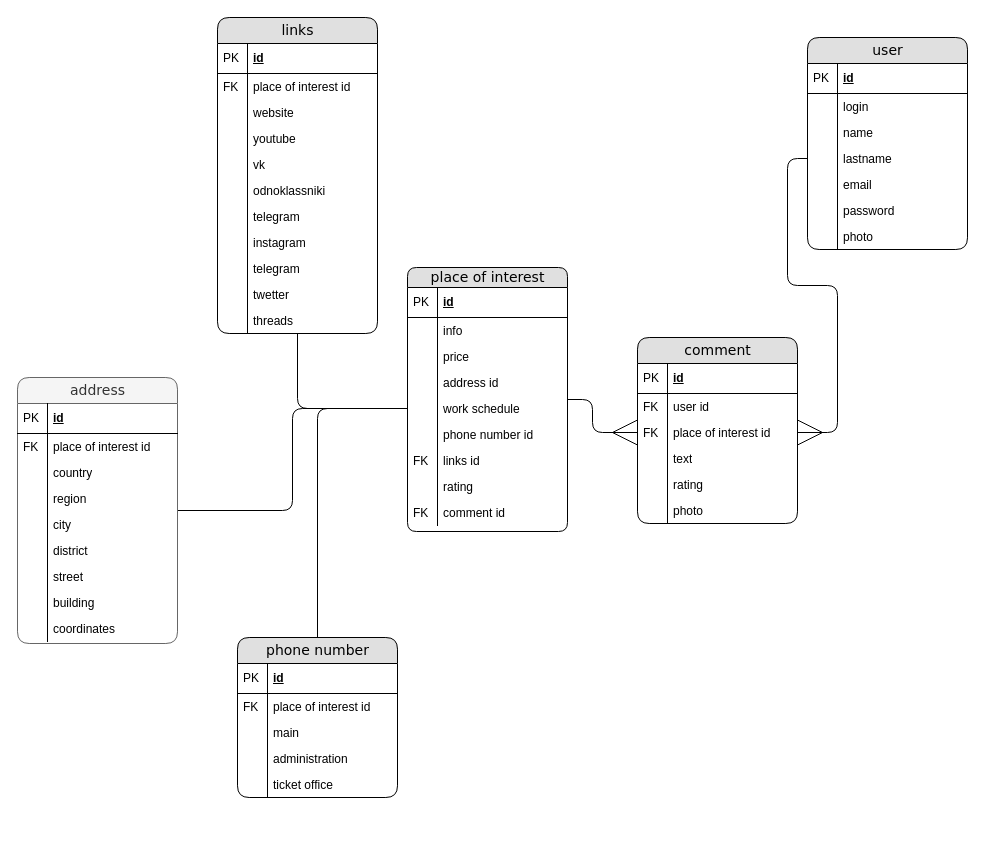
This is diagram/ERD.drawio from RinaBoni/travel_helper, a draw.io file, before an edit. Source tidied: cells renumbered, new cells numbered last; positions are measured from the earlier drawing's top-left corner, leaving out a move shared by most shapes. Both pictures are drawn from the tidied source at 100%, with x=0, y=0 at pixel (17, 17).
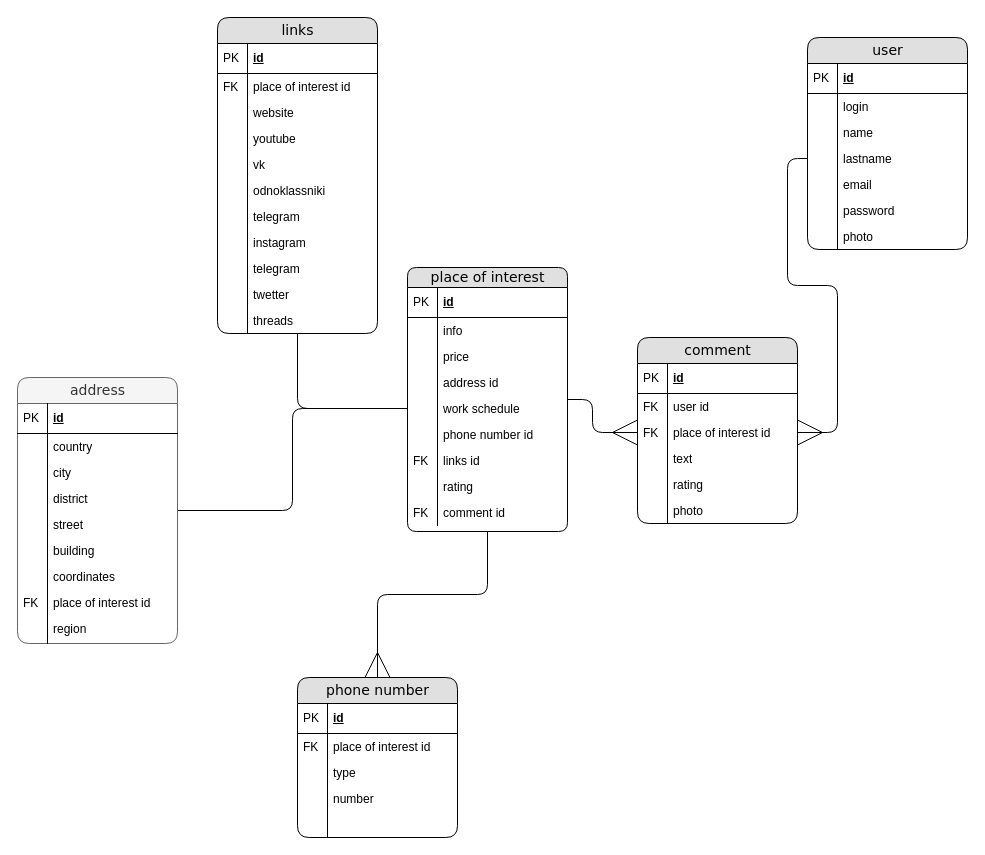
The same page after the edit.

The change refers to these unchanged cells:
```xml
<mxCell id="3" value="place of interest" style="swimlane;html=1;fontStyle=0;horizontal=1;startSize=20;fillColor=#e0e0e0;swimlaneFillColor=#ffffff;align=center;rounded=1;shadow=0;comic=0;labelBackgroundColor=none;strokeWidth=1;fontFamily=Verdana;fontSize=14;glass=0;swimlaneLine=1;" parent="1" vertex="1">
  <mxGeometry x="390" y="250" width="160" height="264" as="geometry" />
</mxCell>
<mxCell id="12" value="work schedule" style="shape=partialRectangle;top=0;left=0;right=0;bottom=0;html=1;align=left;verticalAlign=top;fillColor=none;spacingLeft=34;spacingRight=4;whiteSpace=wrap;overflow=hidden;points=[[0,0.5],[1,0.5]];portConstraint=eastwest;" parent="3" vertex="1">
  <mxGeometry y="128" width="160" height="26" as="geometry" />
</mxCell>
<mxCell id="76" value="address" style="swimlane;html=1;fontStyle=0;horizontal=1;startSize=26;swimlaneFillColor=#ffffff;align=center;rounded=1;shadow=0;comic=0;labelBackgroundColor=none;strokeWidth=1;fontFamily=Verdana;fontSize=14;fillColor=#f5f5f5;strokeColor=#666666;fontColor=#333333;" parent="1" vertex="1">
  <mxGeometry y="360" width="160" height="266" as="geometry" />
</mxCell>
```

The edit, as a diff of the source:
```diff
@@
-    <mxCell id="79" value="place of interest id" style="shape=partialRectangle;top=0;left=0;right=0;bottom=0;html=1;align=left;verticalAlign=top;fillColor=none;spacingLeft=34;spacingRight=4;whiteSpace=wrap;overflow=hidden;" parent="76" vertex="1">
-      <mxGeometry y="56" width="160" height="26" as="geometry" />
-    </mxCell>
-    <mxCell id="80" value="FK" style="shape=partialRectangle;top=0;left=0;bottom=0;html=1;fillColor=none;align=left;verticalAlign=top;spacingLeft=4;spacingRight=4;whiteSpace=wrap;overflow=hidden;" parent="79" vertex="1">
-      <mxGeometry width="30" height="26" as="geometry" />
-    </mxCell>
     <mxCell id="81" value="country" style="shape=partialRectangle;top=0;left=0;right=0;bottom=0;html=1;align=left;verticalAlign=top;fillColor=none;spacingLeft=34;spacingRight=4;whiteSpace=wrap;overflow=hidden;" parent="76" vertex="1">
-      <mxGeometry y="82" width="160" height="26" as="geometry" />
+      <mxGeometry y="56" width="160" height="26" as="geometry" />
     </mxCell>
@@
-    <mxCell id="83" value="region" style="shape=partialRectangle;top=0;left=0;right=0;bottom=0;html=1;align=left;verticalAlign=top;fillColor=none;spacingLeft=34;spacingRight=4;whiteSpace=wrap;overflow=hidden;" parent="76" vertex="1">
-      <mxGeometry y="108" width="160" height="26" as="geometry" />
-    </mxCell>
-    <mxCell id="84" style="shape=partialRectangle;top=0;left=0;bottom=0;html=1;fillColor=none;align=left;verticalAlign=top;spacingLeft=4;spacingRight=4;whiteSpace=wrap;overflow=hidden;" parent="83" vertex="1">
-      <mxGeometry width="30" height="26" as="geometry" />
-    </mxCell>
     <mxCell id="85" value="city" style="shape=partialRectangle;top=0;left=0;right=0;bottom=0;html=1;align=left;verticalAlign=top;fillColor=none;spacingLeft=34;spacingRight=4;whiteSpace=wrap;overflow=hidden;" parent="76" vertex="1">
-      <mxGeometry y="134" width="160" height="26" as="geometry" />
+      <mxGeometry y="82" width="160" height="26" as="geometry" />
     </mxCell>
@@
     <mxCell id="87" value="district" style="shape=partialRectangle;top=0;left=0;right=0;bottom=0;html=1;align=left;verticalAlign=top;fillColor=none;spacingLeft=34;spacingRight=4;whiteSpace=wrap;overflow=hidden;" parent="76" vertex="1">
-      <mxGeometry y="160" width="160" height="26" as="geometry" />
+      <mxGeometry y="108" width="160" height="26" as="geometry" />
     </mxCell>
@@
     <mxCell id="89" value="street&amp;nbsp;" style="shape=partialRectangle;top=0;left=0;right=0;bottom=0;html=1;align=left;verticalAlign=top;fillColor=none;spacingLeft=34;spacingRight=4;whiteSpace=wrap;overflow=hidden;" parent="76" vertex="1">
-      <mxGeometry y="186" width="160" height="26" as="geometry" />
+      <mxGeometry y="134" width="160" height="26" as="geometry" />
     </mxCell>
@@
     <mxCell id="91" value="building" style="shape=partialRectangle;top=0;left=0;right=0;bottom=0;html=1;align=left;verticalAlign=top;fillColor=none;spacingLeft=34;spacingRight=4;whiteSpace=wrap;overflow=hidden;" parent="76" vertex="1">
-      <mxGeometry y="212" width="160" height="26" as="geometry" />
+      <mxGeometry y="160" width="160" height="26" as="geometry" />
     </mxCell>
@@
     <mxCell id="93" value="coordinates" style="shape=partialRectangle;top=0;left=0;right=0;bottom=0;html=1;align=left;verticalAlign=top;fillColor=none;spacingLeft=34;spacingRight=4;whiteSpace=wrap;overflow=hidden;" parent="76" vertex="1">
-      <mxGeometry y="238" width="160" height="26" as="geometry" />
+      <mxGeometry y="186" width="160" height="26" as="geometry" />
     </mxCell>
@@
+    <mxCell id="79" value="place of interest id" style="shape=partialRectangle;top=0;left=0;right=0;bottom=0;html=1;align=left;verticalAlign=top;fillColor=none;spacingLeft=34;spacingRight=4;whiteSpace=wrap;overflow=hidden;" parent="76" vertex="1">
+      <mxGeometry y="212" width="160" height="26" as="geometry" />
+    </mxCell>
+    <mxCell id="80" value="FK" style="shape=partialRectangle;top=0;left=0;bottom=0;html=1;fillColor=none;align=left;verticalAlign=top;spacingLeft=4;spacingRight=4;whiteSpace=wrap;overflow=hidden;" parent="79" vertex="1">
+      <mxGeometry width="30" height="26" as="geometry" />
+    </mxCell>
+    <mxCell id="83" value="region" style="shape=partialRectangle;top=0;left=0;right=0;bottom=0;html=1;align=left;verticalAlign=top;fillColor=none;spacingLeft=34;spacingRight=4;whiteSpace=wrap;overflow=hidden;" parent="76" vertex="1">
+      <mxGeometry y="238" width="160" height="28" as="geometry" />
+    </mxCell>
+    <mxCell id="84" style="shape=partialRectangle;top=0;left=0;bottom=0;html=1;fillColor=none;align=left;verticalAlign=top;spacingLeft=4;spacingRight=4;whiteSpace=wrap;overflow=hidden;" parent="83" vertex="1">
+      <mxGeometry width="30" height="28" as="geometry" />
+    </mxCell>
-    <mxCell id="95" style="edgeStyle=orthogonalEdgeStyle;rounded=1;jettySize=auto;html=1;entryX=0;entryY=0.5;entryDx=0;entryDy=0;endArrow=none;endFill=0;" parent="1" edge="1" source="96" target="12">
+    <mxCell id="95" style="edgeStyle=orthogonalEdgeStyle;rounded=1;jettySize=auto;html=1;entryX=0.5;entryY=1;entryDx=0;entryDy=0;endArrow=none;endFill=0;startArrow=ERmany;startFill=0;startSize=23;" parent="1" edge="1" source="96" target="3">
       <mxGeometry relative="1" as="geometry" />
     </mxCell>
     <mxCell id="96" value="phone number" style="swimlane;html=1;fontStyle=0;horizontal=1;startSize=26;fillColor=#e0e0e0;swimlaneFillColor=#ffffff;align=center;rounded=1;shadow=0;comic=0;labelBackgroundColor=none;strokeWidth=1;fontFamily=Verdana;fontSize=14;" parent="1" vertex="1">
-      <mxGeometry x="220" y="620" width="160" height="160" as="geometry" />
+      <mxGeometry x="280" y="660" width="160" height="160" as="geometry" />
     </mxCell>
@@
-    <mxCell id="101" value="main" style="shape=partialRectangle;top=0;left=0;right=0;bottom=0;html=1;align=left;verticalAlign=top;fillColor=none;spacingLeft=34;spacingRight=4;whiteSpace=wrap;overflow=hidden;" parent="96" vertex="1">
+    <mxCell id="101" value="type" style="shape=partialRectangle;top=0;left=0;right=0;bottom=0;html=1;align=left;verticalAlign=top;fillColor=none;spacingLeft=34;spacingRight=4;whiteSpace=wrap;overflow=hidden;" parent="96" vertex="1">
       <mxGeometry y="82" width="160" height="26" as="geometry" />
     </mxCell>
@@
-    <mxCell id="103" value="administration" style="shape=partialRectangle;top=0;left=0;right=0;bottom=0;html=1;align=left;verticalAlign=top;fillColor=none;spacingLeft=34;spacingRight=4;whiteSpace=wrap;overflow=hidden;" parent="96" vertex="1">
+    <mxCell id="103" value="number&amp;nbsp;" style="shape=partialRectangle;top=0;left=0;right=0;bottom=0;html=1;align=left;verticalAlign=top;fillColor=none;spacingLeft=34;spacingRight=4;whiteSpace=wrap;overflow=hidden;" parent="96" vertex="1">
       <mxGeometry y="108" width="160" height="26" as="geometry" />
     </mxCell>
@@
-    <mxCell id="105" value="ticket office" style="shape=partialRectangle;top=0;left=0;right=0;bottom=0;html=1;align=left;verticalAlign=top;fillColor=none;spacingLeft=34;spacingRight=4;whiteSpace=wrap;overflow=hidden;" parent="96" vertex="1">
+    <mxCell id="105" style="shape=partialRectangle;top=0;left=0;right=0;bottom=0;html=1;align=left;verticalAlign=top;fillColor=none;spacingLeft=34;spacingRight=4;whiteSpace=wrap;overflow=hidden;" parent="96" vertex="1">
       <mxGeometry y="134" width="160" height="26" as="geometry" />
     </mxCell>
```
